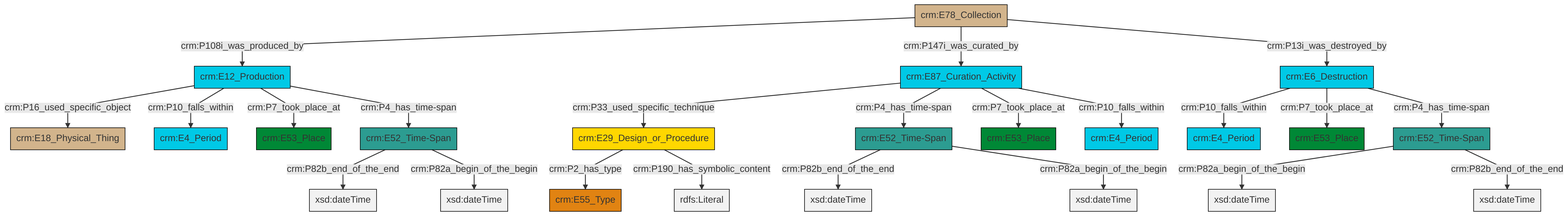
This is et/archivalCSV/ttl/mmd/png/archival_existence.png from swiss-art-research-net/docs.swissartresearch, a Mermaid export, as it was before one commit. Its source is kept beside it as et/archivalCSV/ttl/mmd/archival_existence.ttl.mmd.
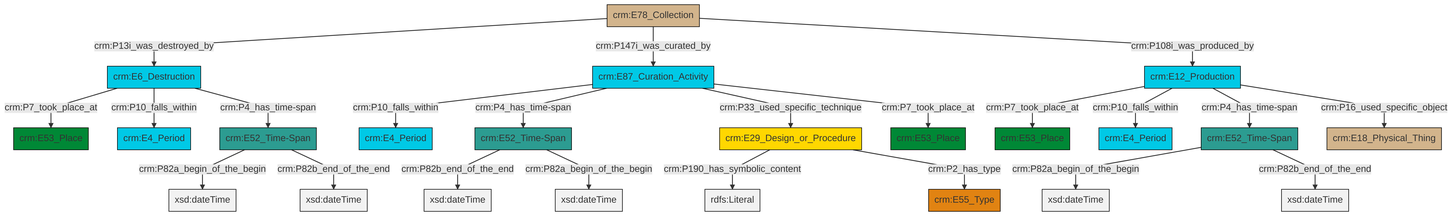
Above is the later version.

What changed in the source:
```diff
@@ -13,25 +13,25 @@
 classDef PC_Classes fill:#4ce600, stroke:#000000;
 classDef Multi fill:#cccccc,stroke:#000000;
 
-0["crm:E6_Destruction"]:::Temporal_Entity -->|crm:P10_falls_within| 1["crm:E4_Period"]:::Temporal_Entity
-2["crm:E29_Design_or_Procedure"]:::Conceptual_Object -->|crm:P2_has_type| 3["crm:E55_Type"]:::Type
-4["crm:E87_Curation_Activity"]:::Temporal_Entity -->|crm:P33_used_specific_technique| 2["crm:E29_Design_or_Procedure"]:::Conceptual_Object
-7["crm:E12_Production"]:::Temporal_Entity -->|crm:P16_used_specific_object| 8["crm:E18_Physical_Thing"]:::Physical_Thing
-7["crm:E12_Production"]:::Temporal_Entity -->|crm:P10_falls_within| 9["crm:E4_Period"]:::Temporal_Entity
-2["crm:E29_Design_or_Procedure"]:::Conceptual_Object -->|crm:P190_has_symbolic_content| 10[rdfs:Literal]:::Literal
-12["crm:E52_Time-Span"]:::Time-Span -->|crm:P82b_end_of_the_end| 13[xsd:dateTime]:::Literal
-0["crm:E6_Destruction"]:::Temporal_Entity -->|crm:P7_took_place_at| 5["crm:E53_Place"]:::Place
-4["crm:E87_Curation_Activity"]:::Temporal_Entity -->|crm:P4_has_time-span| 15["crm:E52_Time-Span"]:::Time-Span
-18["crm:E78_Collection"]:::Physical_Thing -->|crm:P108i_was_produced_by| 7["crm:E12_Production"]:::Temporal_Entity
-18["crm:E78_Collection"]:::Physical_Thing -->|crm:P147i_was_curated_by| 4["crm:E87_Curation_Activity"]:::Temporal_Entity
-4["crm:E87_Curation_Activity"]:::Temporal_Entity -->|crm:P7_took_place_at| 19["crm:E53_Place"]:::Place
-12["crm:E52_Time-Span"]:::Time-Span -->|crm:P82a_begin_of_the_begin| 22[xsd:dateTime]:::Literal
-23["crm:E52_Time-Span"]:::Time-Span -->|crm:P82a_begin_of_the_begin| 24[xsd:dateTime]:::Literal
-7["crm:E12_Production"]:::Temporal_Entity -->|crm:P7_took_place_at| 27["crm:E53_Place"]:::Place
-4["crm:E87_Curation_Activity"]:::Temporal_Entity -->|crm:P10_falls_within| 16["crm:E4_Period"]:::Temporal_Entity
-7["crm:E12_Production"]:::Temporal_Entity -->|crm:P4_has_time-span| 12["crm:E52_Time-Span"]:::Time-Span
-15["crm:E52_Time-Span"]:::Time-Span -->|crm:P82b_end_of_the_end| 29[xsd:dateTime]:::Literal
-23["crm:E52_Time-Span"]:::Time-Span -->|crm:P82b_end_of_the_end| 33[xsd:dateTime]:::Literal
-18["crm:E78_Collection"]:::Physical_Thing -->|crm:P13i_was_destroyed_by| 0["crm:E6_Destruction"]:::Temporal_Entity
-0["crm:E6_Destruction"]:::Temporal_Entity -->|crm:P4_has_time-span| 23["crm:E52_Time-Span"]:::Time-Span
-15["crm:E52_Time-Span"]:::Time-Span -->|crm:P82a_begin_of_the_begin| 37[xsd:dateTime]:::Literal
+0["crm:E87_Curation_Activity"]:::Temporal_Entity -->|crm:P10_falls_within| 1["crm:E4_Period"]:::Temporal_Entity
+4["crm:E12_Production"]:::Temporal_Entity -->|crm:P7_took_place_at| 5["crm:E53_Place"]:::Place
+6["crm:E52_Time-Span"]:::Time-Span -->|crm:P82a_begin_of_the_begin| 7[xsd:dateTime]:::Literal
+4["crm:E12_Production"]:::Temporal_Entity -->|crm:P10_falls_within| 8["crm:E4_Period"]:::Temporal_Entity
+0["crm:E87_Curation_Activity"]:::Temporal_Entity -->|crm:P4_has_time-span| 12["crm:E52_Time-Span"]:::Time-Span
+12["crm:E52_Time-Span"]:::Time-Span -->|crm:P82b_end_of_the_end| 16[xsd:dateTime]:::Literal
+23["crm:E6_Destruction"]:::Temporal_Entity -->|crm:P7_took_place_at| 17["crm:E53_Place"]:::Place
+21["crm:E52_Time-Span"]:::Time-Span -->|crm:P82a_begin_of_the_begin| 24[xsd:dateTime]:::Literal
+4["crm:E12_Production"]:::Temporal_Entity -->|crm:P4_has_time-span| 21["crm:E52_Time-Span"]:::Time-Span
+0["crm:E87_Curation_Activity"]:::Temporal_Entity -->|crm:P33_used_specific_technique| 25["crm:E29_Design_or_Procedure"]:::Conceptual_Object
+25["crm:E29_Design_or_Procedure"]:::Conceptual_Object -->|crm:P190_has_symbolic_content| 26[rdfs:Literal]:::Literal
+25["crm:E29_Design_or_Procedure"]:::Conceptual_Object -->|crm:P2_has_type| 2["crm:E55_Type"]:::Type
+21["crm:E52_Time-Span"]:::Time-Span -->|crm:P82b_end_of_the_end| 27[xsd:dateTime]:::Literal
+4["crm:E12_Production"]:::Temporal_Entity -->|crm:P16_used_specific_object| 28["crm:E18_Physical_Thing"]:::Physical_Thing
+9["crm:E78_Collection"]:::Physical_Thing -->|crm:P13i_was_destroyed_by| 23["crm:E6_Destruction"]:::Temporal_Entity
+9["crm:E78_Collection"]:::Physical_Thing -->|crm:P147i_was_curated_by| 0["crm:E87_Curation_Activity"]:::Temporal_Entity
+12["crm:E52_Time-Span"]:::Time-Span -->|crm:P82a_begin_of_the_begin| 31[xsd:dateTime]:::Literal
+0["crm:E87_Curation_Activity"]:::Temporal_Entity -->|crm:P7_took_place_at| 19["crm:E53_Place"]:::Place
+9["crm:E78_Collection"]:::Physical_Thing -->|crm:P108i_was_produced_by| 4["crm:E12_Production"]:::Temporal_Entity
+23["crm:E6_Destruction"]:::Temporal_Entity -->|crm:P10_falls_within| 14["crm:E4_Period"]:::Temporal_Entity
+23["crm:E6_Destruction"]:::Temporal_Entity -->|crm:P4_has_time-span| 6["crm:E52_Time-Span"]:::Time-Span
+6["crm:E52_Time-Span"]:::Time-Span -->|crm:P82b_end_of_the_end| 35[xsd:dateTime]:::Literal
```
